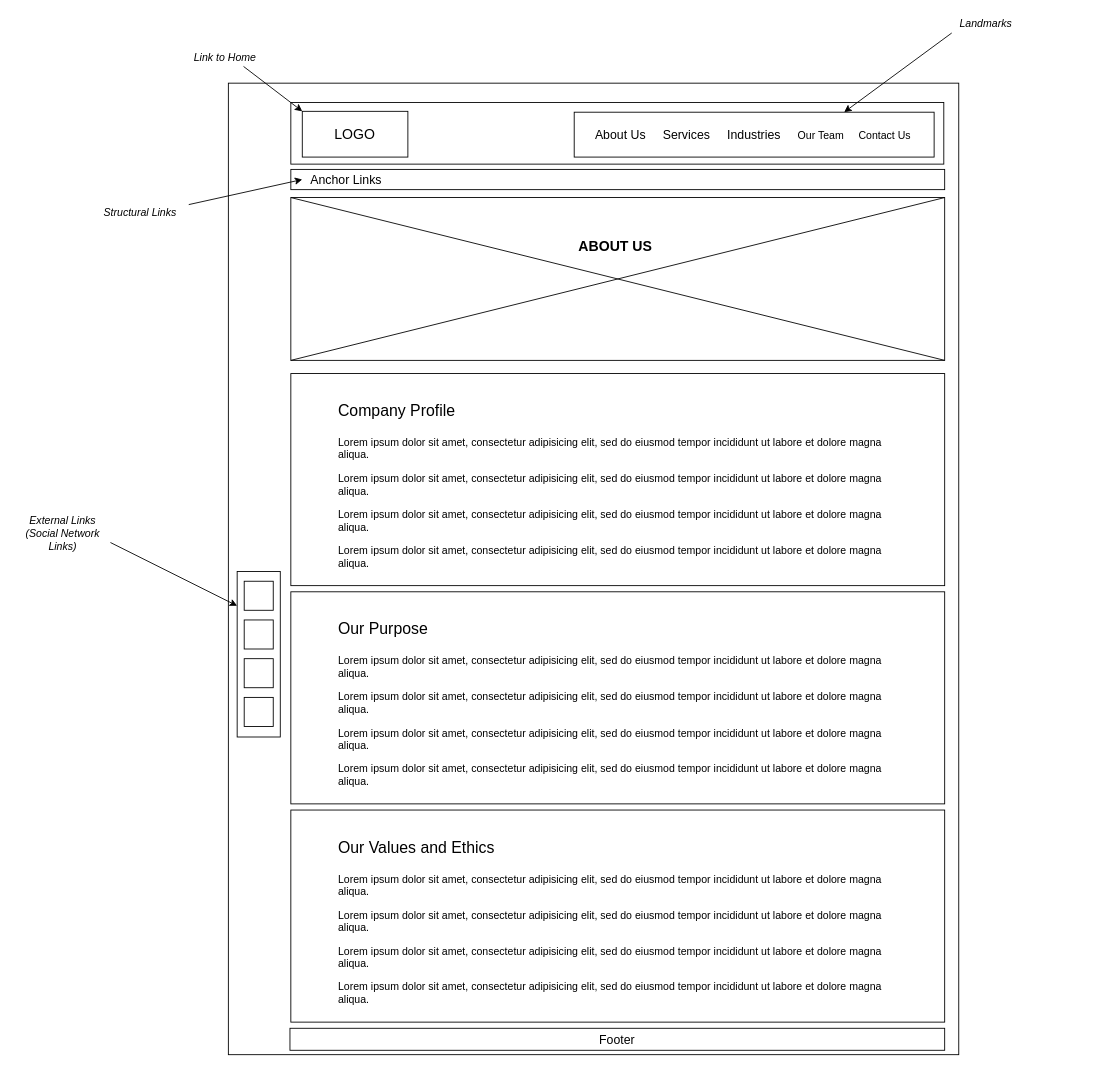
Earlier version of the draw.io diagram Design Documents/Frameworks/About Us.drawio (manzomanze/HypermediaApplicationsProject-Manzella-Messuti-Pelagatti-Pellizzer). Source tidied: cells renumbered, new cells numbered last; positions are measured from the earlier drawing's top-left corner, leaving out a move shared by most shapes. Both pictures are drawn from the tidied source at 88%, with x=0, y=0 at pixel (15, 15).
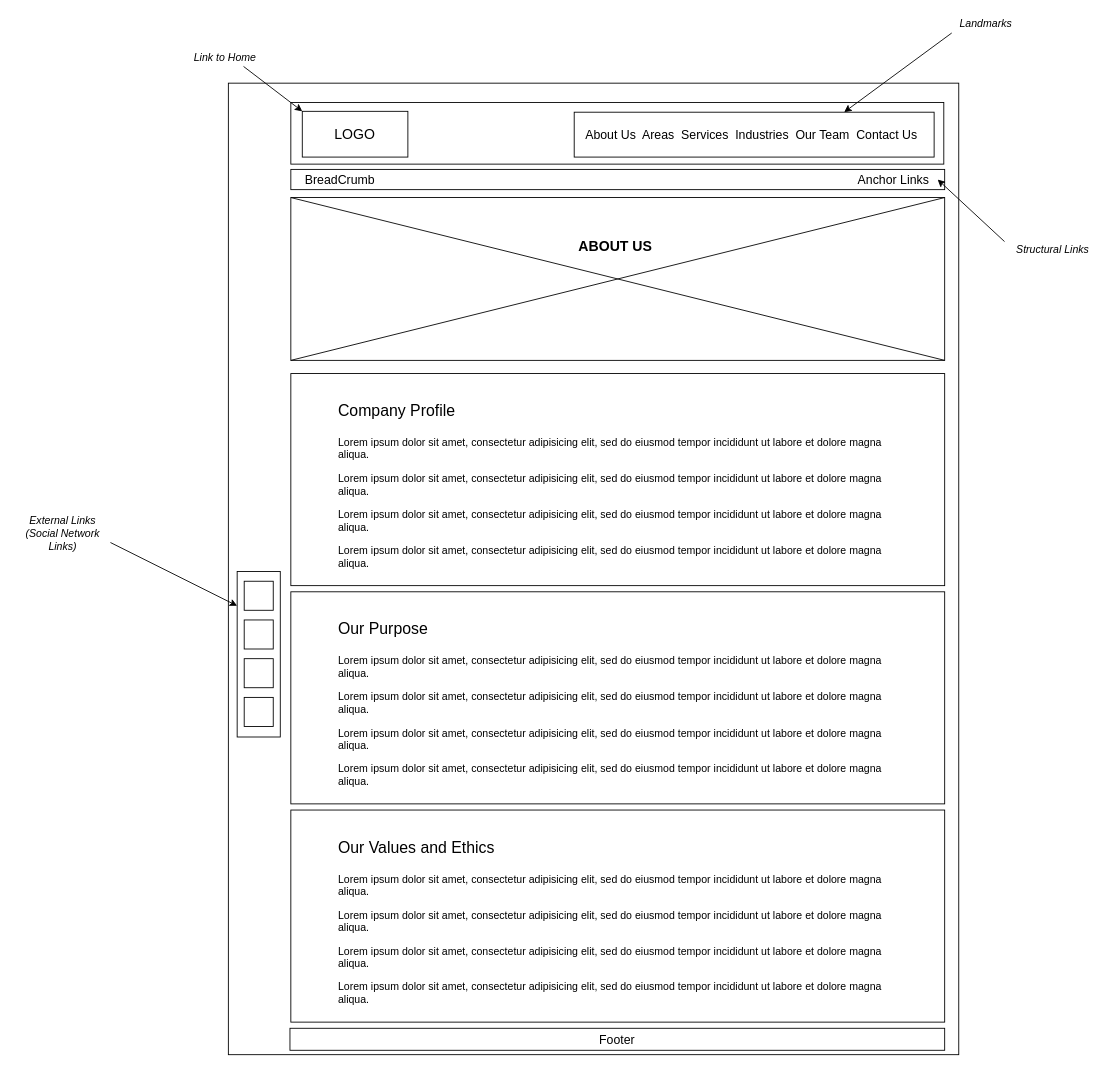
Above is the later version.

The edit, as a diff of the source:
```diff
@@
-    <mxCell id="6" value="&lt;font style=&quot;font-size: 14px&quot;&gt;About Us&amp;nbsp;&amp;nbsp;&amp;nbsp;&amp;nbsp; Services&amp;nbsp;&amp;nbsp;&amp;nbsp;&amp;nbsp; Industries&amp;nbsp;&amp;nbsp;&amp;nbsp;&amp;nbsp; &lt;/font&gt;Our Team&amp;nbsp;&amp;nbsp;&amp;nbsp;&amp;nbsp; Contact Us" style="text;html=1;strokeColor=none;fillColor=none;align=left;verticalAlign=middle;whiteSpace=wrap;rounded=0;" parent="1" vertex="1">
-      <mxGeometry x="657" y="125.5" width="373" height="20" as="geometry" />
+    <mxCell id="6" value="&lt;font style=&quot;font-size: 14px&quot;&gt;About Us&amp;nbsp; Areas&amp;nbsp; Services&amp;nbsp; Industries&amp;nbsp; &lt;/font&gt;&lt;font style=&quot;font-size: 14px&quot;&gt;Our Team&amp;nbsp; Contact Us&lt;/font&gt;" style="text;html=1;strokeColor=none;fillColor=none;align=left;verticalAlign=middle;whiteSpace=wrap;rounded=0;" parent="1" vertex="1">
+      <mxGeometry x="646" y="125.5" width="389" height="20" as="geometry" />
     </mxCell>
@@
     <mxCell id="12" value="&lt;font style=&quot;font-size: 14px&quot;&gt;Anchor Links&lt;/font&gt;" style="text;html=1;strokeColor=none;fillColor=none;align=center;verticalAlign=middle;whiteSpace=wrap;rounded=0;" parent="1" vertex="1">
-      <mxGeometry x="326" y="178.5" width="100" height="16" as="geometry" />
+      <mxGeometry x="948" y="178.5" width="100" height="16" as="geometry" />
     </mxCell>
     <mxCell id="13" value="&lt;i&gt;Structural Links&lt;/i&gt;" style="text;html=1;strokeColor=none;fillColor=none;align=center;verticalAlign=middle;whiteSpace=wrap;rounded=0;" parent="1" vertex="1">
-      <mxGeometry x="87" y="215" width="110" height="20" as="geometry" />
+      <mxGeometry x="1124" y="257" width="110" height="20" as="geometry" />
     </mxCell>
-    <mxCell id="14" style="endArrow=classic;html=1;entryX=0;entryY=0.5;entryDx=0;entryDy=0;exitX=1;exitY=0;exitDx=0;exitDy=0;" parent="1" edge="1" source="13" target="12">
+    <mxCell id="14" style="endArrow=classic;html=1;entryX=1;entryY=0.5;entryDx=0;entryDy=0;exitX=0;exitY=0;exitDx=0;exitDy=0;" parent="1" edge="1" source="13" target="12">
       <mxGeometry relative="1" as="geometry" />
     </mxCell>
@@
+    <mxCell id="33" value="&lt;font style=&quot;font-size: 14px&quot;&gt;BreadCrumb&lt;/font&gt;" style="text;html=1;strokeColor=none;fillColor=none;align=center;verticalAlign=middle;whiteSpace=wrap;rounded=0;" parent="1" vertex="1">
+      <mxGeometry x="319" y="178.5" width="100" height="16" as="geometry" />
+    </mxCell>
```
